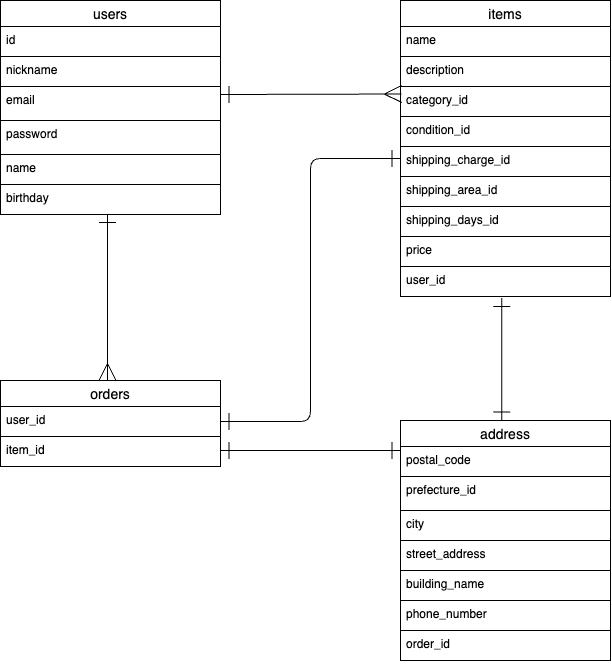
Before: er.drawio.png, a diagram exported from draw.io (shokoron/furima-40129). Source tidied: cells renumbered, new cells last; positions are measured from the earlier drawing's top-left corner, leaving out a move shared by most shapes.
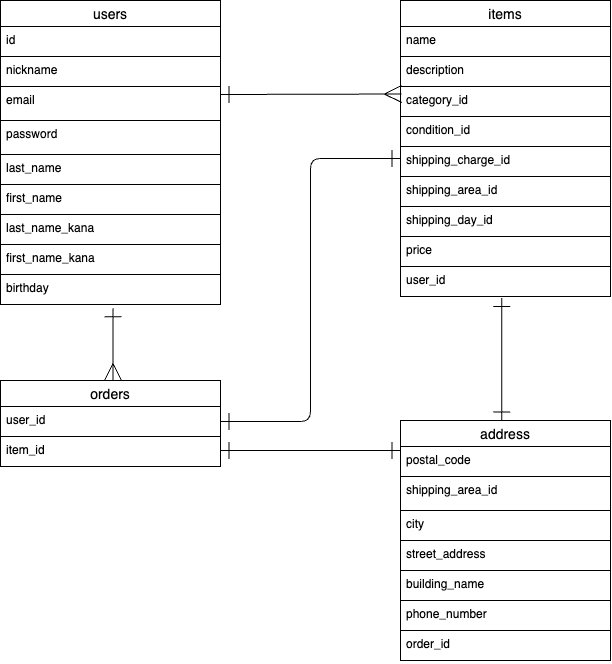
The same diagram one commit later.

Commit message:
修正しました

Diff of the diagram source:
```diff
@@ -23,7 +23,7 @@
     <mxCell id="8" value="shipping_area_id" style="text;strokeColor=default;fillColor=none;spacingLeft=4;spacingRight=4;overflow=hidden;fontSize=12;" parent="2" vertex="1">
       <mxGeometry y="176" width="210" height="30" as="geometry" />
     </mxCell>
-    <mxCell id="9" value="shipping_days_id" style="text;strokeColor=default;fillColor=none;spacingLeft=4;spacingRight=4;overflow=hidden;fontSize=12;" parent="2" vertex="1">
+    <mxCell id="9" value="shipping_day_id" style="text;strokeColor=default;fillColor=none;spacingLeft=4;spacingRight=4;overflow=hidden;fontSize=12;" parent="2" vertex="1">
       <mxGeometry y="206" width="210" height="30" as="geometry" />
     </mxCell>
     <mxCell id="10" value="price" style="text;strokeColor=none;fillColor=none;spacingLeft=4;spacingRight=4;overflow=hidden;fontSize=12;" parent="2" vertex="1">
@@ -41,7 +41,7 @@
     <mxCell id="14" value="postal_code" style="text;strokeColor=default;fillColor=none;spacingLeft=4;spacingRight=4;overflow=hidden;fontSize=12;" parent="13" vertex="1">
       <mxGeometry y="26" width="210" height="30" as="geometry" />
     </mxCell>
-    <mxCell id="15" value="prefecture_id" style="text;strokeColor=default;fillColor=none;spacingLeft=4;spacingRight=4;overflow=hidden;fontSize=12;" parent="13" vertex="1">
+    <mxCell id="15" value="shipping_area_id" style="text;strokeColor=default;fillColor=none;spacingLeft=4;spacingRight=4;overflow=hidden;fontSize=12;" parent="13" vertex="1">
       <mxGeometry y="56" width="210" height="34" as="geometry" />
     </mxCell>
     <mxCell id="16" value="city" style="text;strokeColor=default;fillColor=none;spacingLeft=4;spacingRight=4;overflow=hidden;fontSize=12;" parent="13" vertex="1">
@@ -90,7 +90,7 @@
       </mxGeometry>
     </mxCell>
     <mxCell id="27" value="users" style="swimlane;fontStyle=0;horizontal=1;startSize=26;align=center;fontSize=14;" parent="1" vertex="1">
-      <mxGeometry width="220" height="214" as="geometry" />
+      <mxGeometry width="220" height="304" as="geometry" />
     </mxCell>
     <mxCell id="28" value="id" style="text;strokeColor=default;fillColor=none;spacingLeft=4;spacingRight=4;overflow=hidden;fontSize=12;" parent="27" vertex="1">
       <mxGeometry y="26" width="220" height="30" as="geometry" />
@@ -104,12 +104,21 @@
     <mxCell id="31" value="password" style="text;strokeColor=default;fillColor=none;spacingLeft=4;spacingRight=4;overflow=hidden;fontSize=12;" parent="27" vertex="1">
       <mxGeometry y="120" width="220" height="34" as="geometry" />
     </mxCell>
-    <mxCell id="32" value="name" style="text;strokeColor=default;fillColor=default;spacingLeft=4;spacingRight=4;overflow=hidden;fontSize=12;" parent="27" vertex="1">
+    <mxCell id="32" value="last_name" style="text;strokeColor=default;fillColor=default;spacingLeft=4;spacingRight=4;overflow=hidden;fontSize=12;" parent="27" vertex="1">
       <mxGeometry y="154" width="220" height="30" as="geometry" />
     </mxCell>
-    <mxCell id="33" value="birthday" style="text;strokeColor=none;fillColor=none;spacingLeft=4;spacingRight=4;overflow=hidden;points=[[0,0.5],[1,0.5]];portConstraint=eastwest;fontSize=12;" parent="27" vertex="1">
+    <mxCell id="33" value="first_name" style="text;strokeColor=default;fillColor=none;spacingLeft=4;spacingRight=4;overflow=hidden;points=[[0,0.5],[1,0.5]];portConstraint=eastwest;fontSize=12;" parent="27" vertex="1">
       <mxGeometry y="184" width="220" height="30" as="geometry" />
     </mxCell>
+    <mxCell id="36" value="last_name_kana" style="text;strokeColor=default;fillColor=none;spacingLeft=4;spacingRight=4;overflow=hidden;fontSize=12;" parent="27" vertex="1">
+      <mxGeometry y="214" width="220" height="30" as="geometry" />
+    </mxCell>
+    <mxCell id="37" value="first_name_kana" style="text;strokeColor=default;fillColor=none;spacingLeft=4;spacingRight=4;overflow=hidden;fontSize=12;" parent="27" vertex="1">
+      <mxGeometry y="244" width="220" height="30" as="geometry" />
+    </mxCell>
+    <mxCell id="38" value="birthday" style="text;strokeColor=none;fillColor=none;spacingLeft=4;spacingRight=4;overflow=hidden;points=[[0,0.5],[1,0.5]];portConstraint=eastwest;fontSize=12;" parent="27" vertex="1">
+      <mxGeometry y="274" width="220" height="30" as="geometry" />
+    </mxCell>
     <mxCell id="34" style="edgeStyle=elbowEdgeStyle;html=1;strokeColor=default;startArrow=ERone;startFill=0;endArrow=ERone;endFill=0;startSize=15;endSize=15;" parent="1" edge="1">
       <mxGeometry relative="1" as="geometry">
         <mxPoint x="220" y="450" as="sourcePoint" />
@@ -119,13 +128,8 @@
         </Array>
       </mxGeometry>
     </mxCell>
-    <mxCell id="35" style="edgeStyle=elbowEdgeStyle;html=1;strokeColor=default;startArrow=ERmany;startFill=0;endArrow=ERone;endFill=0;startSize=15;endSize=15;entryX=0.486;entryY=0.983;entryDx=0;entryDy=0;entryPerimeter=0;" parent="1" edge="1" source="22" target="33">
-      <mxGeometry relative="1" as="geometry">
-        <Array as="points">
-          <mxPoint x="107" y="260" />
-          <mxPoint x="80" y="310" />
-        </Array>
-      </mxGeometry>
+    <mxCell id="35" style="edgeStyle=elbowEdgeStyle;html=1;strokeColor=default;startArrow=ERmany;startFill=0;endArrow=ERone;endFill=0;startSize=15;endSize=15;entryX=0.509;entryY=1.129;entryDx=0;entryDy=0;entryPerimeter=0;" parent="1" edge="1" source="22" target="38">
+      <mxGeometry relative="1" as="geometry" />
     </mxCell>
   </root>
 </mxGraphModel>
```
